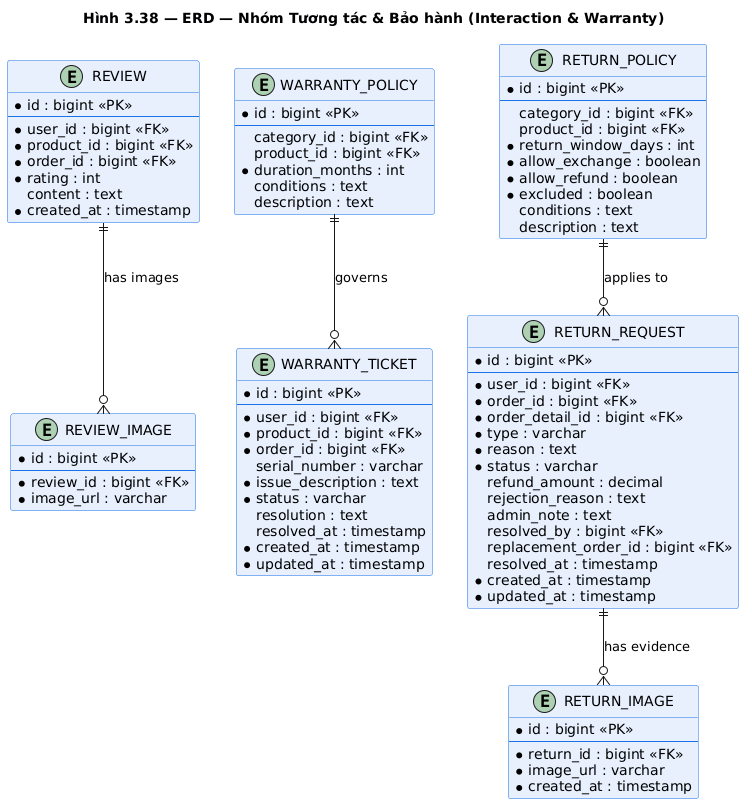
This is docs/diagrams/images/erd_interaction_warranty.png from huuhieu56/PC-Parts-ECommerce, a PlantUML export, as it was before one commit. Its diagram source:
```plantuml
@startuml
title Hình 3.38 — ERD — Nhóm Tương tác & Bảo hành (Interaction & Warranty)

skinparam class {
    BackgroundColor #E8F0FE
    BorderColor #1A73E8
}

entity "REVIEW" as review {
    * id : bigint <<PK>>
    --
    * user_id : bigint <<FK>>
    * product_id : bigint <<FK>>
    * order_id : bigint <<FK>>
    * rating : int
    content : text
    * created_at : timestamp
}

entity "REVIEW_IMAGE" as review_img {
    * id : bigint <<PK>>
    --
    * review_id : bigint <<FK>>
    * image_url : varchar
}

entity "WARRANTY_POLICY" as warranty_policy {
    * id : bigint <<PK>>
    --
    category_id : bigint <<FK>>
    product_id : bigint <<FK>>
    * duration_months : int
    conditions : text
    description : text
}

entity "WARRANTY_TICKET" as warranty_ticket {
    * id : bigint <<PK>>
    --
    * user_id : bigint <<FK>>
    * product_id : bigint <<FK>>
    * order_id : bigint <<FK>>
    serial_number : varchar
    * issue_description : text
    * status : varchar
    resolution : text
    resolved_at : timestamp
    * created_at : timestamp
    * updated_at : timestamp
}

entity "RETURN_POLICY" as return_policy {
    * id : bigint <<PK>>
    --
    category_id : bigint <<FK>>
    product_id : bigint <<FK>>
    * return_window_days : int
    * allow_exchange : boolean
    * allow_refund : boolean
    * excluded : boolean
    conditions : text
    description : text
}

entity "RETURN_REQUEST" as return_req {
    * id : bigint <<PK>>
    --
    * user_id : bigint <<FK>>
    * order_id : bigint <<FK>>
    * order_detail_id : bigint <<FK>>
    * type : varchar
    * reason : text
    * status : varchar
    refund_amount : decimal
    rejection_reason : text
    admin_note : text
    resolved_by : bigint <<FK>>
    replacement_order_id : bigint <<FK>>
    resolved_at : timestamp
    * created_at : timestamp
    * updated_at : timestamp
}

entity "RETURN_IMAGE" as return_img {
    * id : bigint <<PK>>
    --
    * return_id : bigint <<FK>>
    * image_url : varchar
    * created_at : timestamp
}

review ||--o{ review_img : "has images"
warranty_policy ||--o{ warranty_ticket : "governs"
return_policy ||--o{ return_req : "applies to"
return_req ||--o{ return_img : "has evidence"
@enduml
```
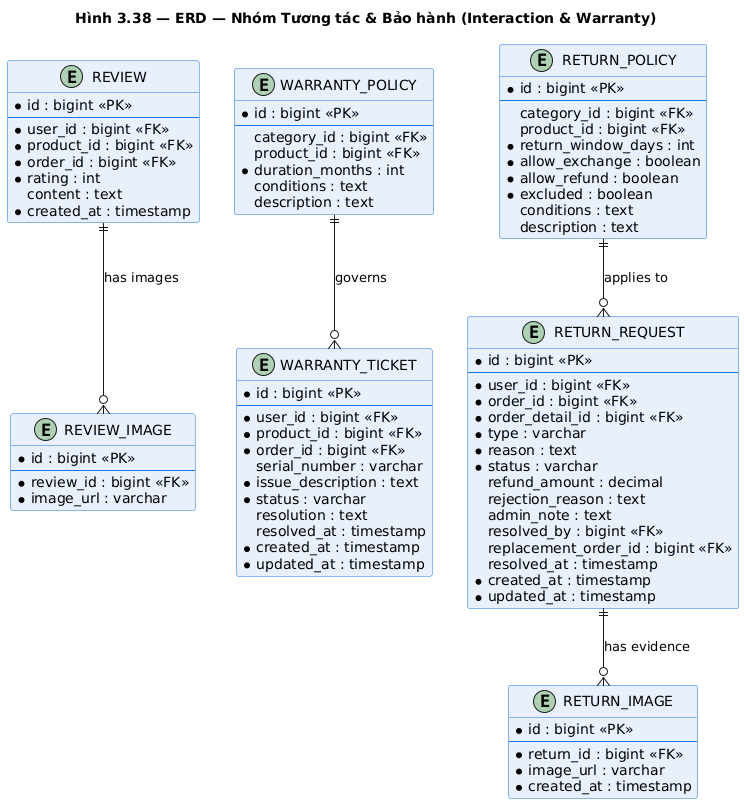
The same file after the commit.

The edit, as a diff of the source:
```diff
@@ -1,4 +1,4 @@
-@startuml
+@startuml erd_interaction_warranty
 title Hình 3.38 — ERD — Nhóm Tương tác & Bảo hành (Interaction & Warranty)
 
 skinparam class {
@@ -93,4 +93,5 @@
 warranty_policy ||--o{ warranty_ticket : "governs"
 return_policy ||--o{ return_req : "applies to"
 return_req ||--o{ return_img : "has evidence"
+
 @enduml
```
